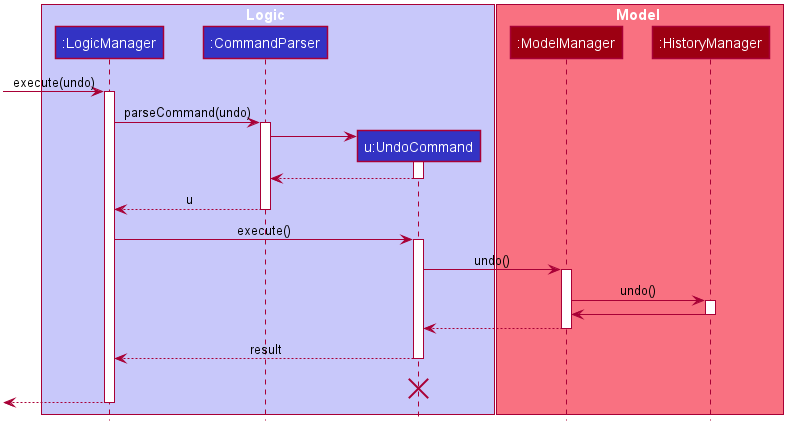
This is docs/images/UndoSequenceDiagram.png from pennhanlee/tp, a PlantUML export, as it was before one commit.
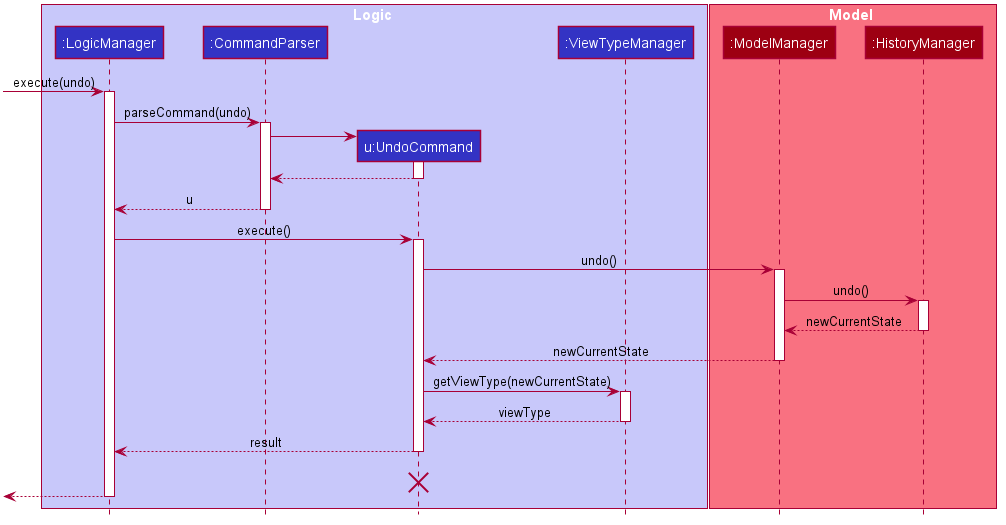
The same file after the commit.

Commit message:
Update DG for new undo/redo changes

The edit, as a diff of the source:
```diff
@@ -53,6 +53,7 @@
 participant ":LogicManager" as LogicManager #3333C4
 participant ":CommandParser" as CommandParser #3333C4
 participant "u:UndoCommand" as UndoCommand #3333C4
+participant ":ViewTypeManager" as ViewTypeManager #3333C4
 end box
 
 box Model #F97181
@@ -84,11 +85,17 @@
 ModelManager -> HistoryManager : undo()
 activate HistoryManager
 
-HistoryManager -> ModelManager :
+HistoryManager --> ModelManager : newCurrentState
 deactivate HistoryManager
 
-ModelManager --> UndoCommand
+ModelManager --> UndoCommand : newCurrentState
 deactivate ModelManager
+
+UndoCommand -> ViewTypeManager : getViewType(newCurrentState)
+activate ViewTypeManager
+
+ViewTypeManager --> UndoCommand : viewType
+deactivate ViewTypeManager
 
 UndoCommand --> LogicManager : result
 deactivate UndoCommand
```
